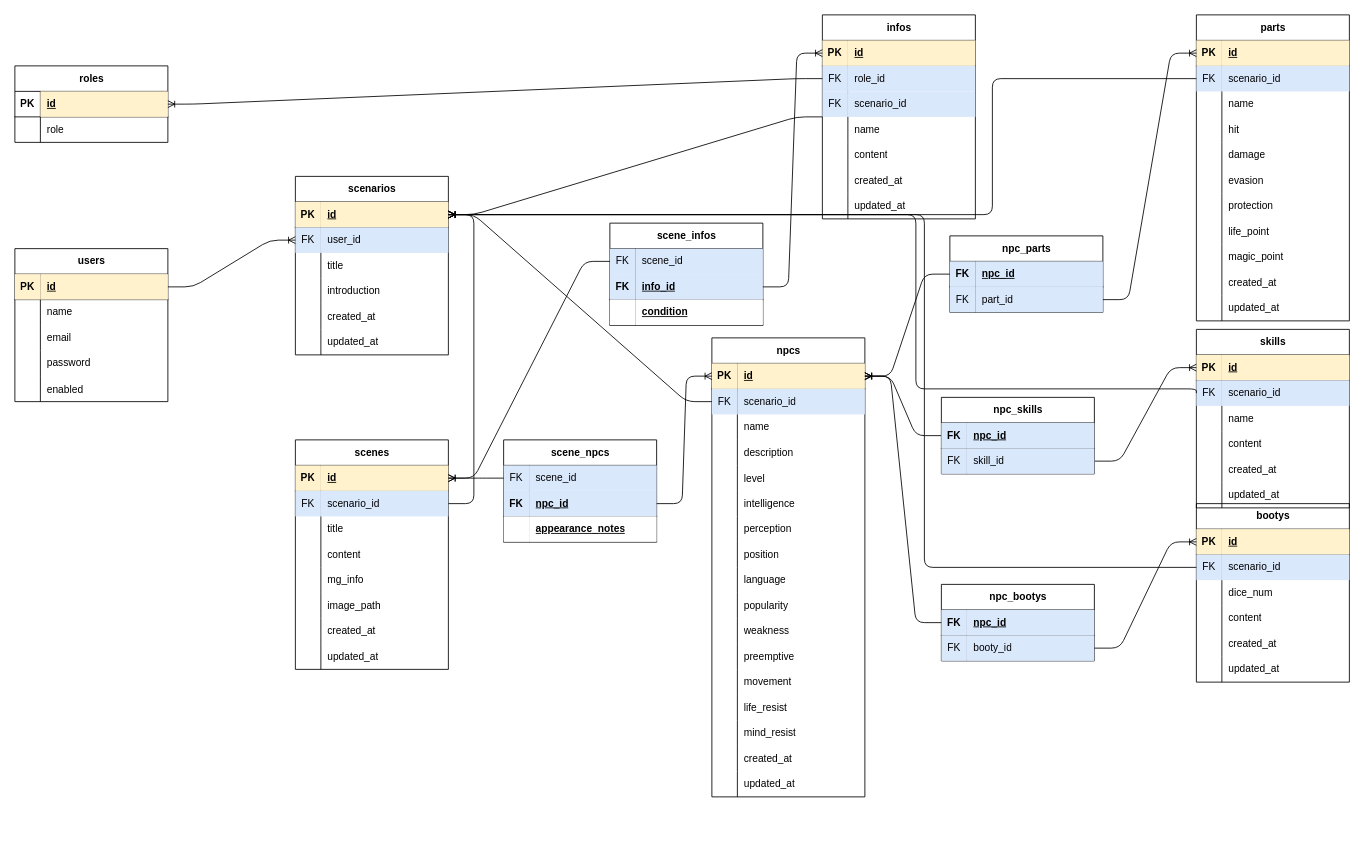
This is page "ページ1" (1 of 2) of ER.drawio from nyandoragora/trpg-writer, a draw.io file, before an edit. Source tidied: cells renumbered, new cells numbered last; positions are measured from the earlier drawing's top-left corner, leaving out a move shared by most shapes. Both pictures are drawn from the tidied source at 85%, with x=0, y=0 at pixel (14, 14).
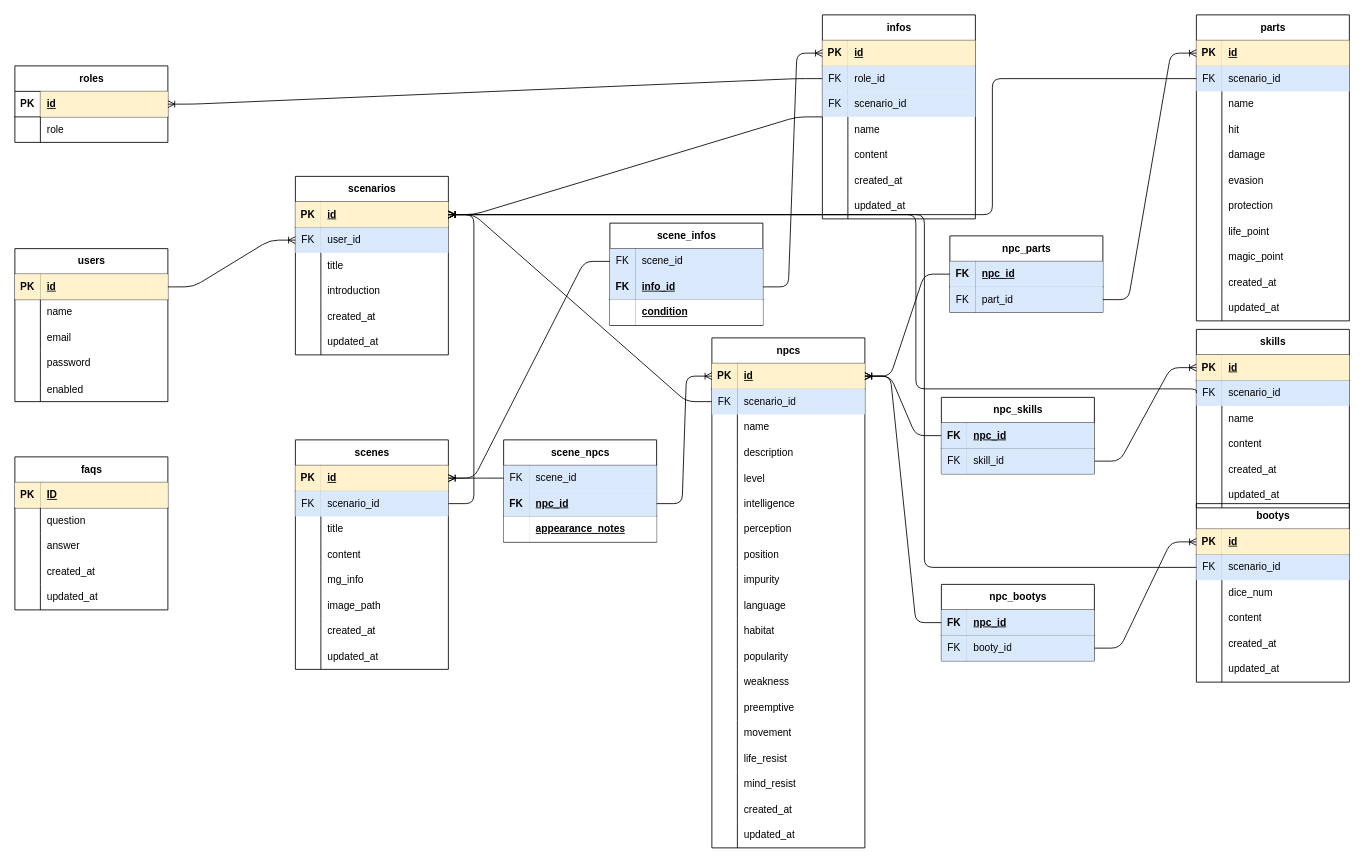
Above is the later version.

The edit, as a diff of the source:
```diff
@@
     <mxCell id="92" value="npcs" style="shape=table;startSize=30;childLayout=tableLayout;rowLines=0;fontStyle=1;align=center;html=1;" parent="1" vertex="1">
-      <mxGeometry x="820" y="380" width="180" height="540" as="geometry" />
+      <mxGeometry x="820" y="380" width="180" height="600" as="geometry" />
     </mxCell>
@@
+    <mxCell id="274" style="shape=tableRow;horizontal=0;startSize=0;swimlaneHead=0;swimlaneBody=0;fillColor=none;top=0;left=0;right=0;bottom=0;" parent="92" vertex="1">
+      <mxGeometry y="270" width="180" height="30" as="geometry" />
+    </mxCell>
+    <mxCell id="275" style="shape=partialRectangle;fillColor=none;top=0;left=0;bottom=0;right=0;overflow=hidden;whiteSpace=wrap;html=1;" parent="274" vertex="1">
+      <mxGeometry width="30" height="30" as="geometry" />
+    </mxCell>
+    <mxCell id="276" value="impurity" style="shape=partialRectangle;fillColor=none;top=0;left=0;bottom=0;right=0;align=left;spacingLeft=6;overflow=hidden;whiteSpace=wrap;html=1;" parent="274" vertex="1">
+      <mxGeometry x="30" width="150" height="30" as="geometry" />
+    </mxCell>
     <mxCell id="117" style="shape=tableRow;horizontal=0;startSize=0;swimlaneHead=0;swimlaneBody=0;fillColor=none;top=0;left=0;right=0;bottom=0;" parent="92" vertex="1">
-      <mxGeometry y="270" width="180" height="30" as="geometry" />
+      <mxGeometry y="300" width="180" height="30" as="geometry" />
     </mxCell>
@@
+    <mxCell id="277" style="shape=tableRow;horizontal=0;startSize=0;swimlaneHead=0;swimlaneBody=0;fillColor=none;top=0;left=0;right=0;bottom=0;" parent="92" vertex="1">
+      <mxGeometry y="330" width="180" height="30" as="geometry" />
+    </mxCell>
+    <mxCell id="278" style="shape=partialRectangle;fillColor=none;top=0;left=0;bottom=0;right=0;overflow=hidden;whiteSpace=wrap;html=1;" parent="277" vertex="1">
+      <mxGeometry width="30" height="30" as="geometry" />
+    </mxCell>
+    <mxCell id="279" value="habitat" style="shape=partialRectangle;fillColor=none;top=0;left=0;bottom=0;right=0;align=left;spacingLeft=6;overflow=hidden;whiteSpace=wrap;html=1;" parent="277" vertex="1">
+      <mxGeometry x="30" width="150" height="30" as="geometry" />
+    </mxCell>
     <mxCell id="120" style="shape=tableRow;horizontal=0;startSize=0;swimlaneHead=0;swimlaneBody=0;fillColor=none;top=0;left=0;right=0;bottom=0;" parent="92" vertex="1">
-      <mxGeometry y="300" width="180" height="30" as="geometry" />
+      <mxGeometry y="360" width="180" height="30" as="geometry" />
     </mxCell>
@@
     <mxCell id="123" style="shape=tableRow;horizontal=0;startSize=0;swimlaneHead=0;swimlaneBody=0;fillColor=none;top=0;left=0;right=0;bottom=0;" parent="92" vertex="1">
-      <mxGeometry y="330" width="180" height="30" as="geometry" />
+      <mxGeometry y="390" width="180" height="30" as="geometry" />
     </mxCell>
@@
     <mxCell id="126" style="shape=tableRow;horizontal=0;startSize=0;swimlaneHead=0;swimlaneBody=0;fillColor=none;top=0;left=0;right=0;bottom=0;" parent="92" vertex="1">
-      <mxGeometry y="360" width="180" height="30" as="geometry" />
+      <mxGeometry y="420" width="180" height="30" as="geometry" />
     </mxCell>
@@
     <mxCell id="129" style="shape=tableRow;horizontal=0;startSize=0;swimlaneHead=0;swimlaneBody=0;fillColor=none;top=0;left=0;right=0;bottom=0;" parent="92" vertex="1">
-      <mxGeometry y="390" width="180" height="30" as="geometry" />
+      <mxGeometry y="450" width="180" height="30" as="geometry" />
     </mxCell>
@@
     <mxCell id="132" style="shape=tableRow;horizontal=0;startSize=0;swimlaneHead=0;swimlaneBody=0;fillColor=none;top=0;left=0;right=0;bottom=0;" parent="92" vertex="1">
-      <mxGeometry y="420" width="180" height="30" as="geometry" />
+      <mxGeometry y="480" width="180" height="30" as="geometry" />
     </mxCell>
@@
     <mxCell id="135" style="shape=tableRow;horizontal=0;startSize=0;swimlaneHead=0;swimlaneBody=0;fillColor=none;top=0;left=0;right=0;bottom=0;" parent="92" vertex="1">
-      <mxGeometry y="450" width="180" height="30" as="geometry" />
+      <mxGeometry y="510" width="180" height="30" as="geometry" />
     </mxCell>
@@
     <mxCell id="138" style="shape=tableRow;horizontal=0;startSize=0;swimlaneHead=0;swimlaneBody=0;fillColor=none;top=0;left=0;right=0;bottom=0;" parent="92" vertex="1">
-      <mxGeometry y="480" width="180" height="30" as="geometry" />
+      <mxGeometry y="540" width="180" height="30" as="geometry" />
     </mxCell>
@@
     <mxCell id="141" style="shape=tableRow;horizontal=0;startSize=0;swimlaneHead=0;swimlaneBody=0;fillColor=none;top=0;left=0;right=0;bottom=0;" parent="92" vertex="1">
-      <mxGeometry y="510" width="180" height="30" as="geometry" />
+      <mxGeometry y="570" width="180" height="30" as="geometry" />
     </mxCell>
@@
+    <mxCell id="280" value="faqs" style="shape=table;startSize=30;childLayout=tableLayout;rowLines=0;fontStyle=1;align=center;html=1;" parent="1" vertex="1">
+      <mxGeometry y="520" width="180" height="180" as="geometry" />
+    </mxCell>
+    <mxCell id="281" style="shape=tableRow;horizontal=0;startSize=0;swimlaneHead=0;swimlaneBody=0;fillColor=none;top=0;left=0;right=0;bottom=1;" parent="280" vertex="1">
+      <mxGeometry y="30" width="180" height="30" as="geometry" />
+    </mxCell>
+    <mxCell id="282" value="PK" style="shape=partialRectangle;fillColor=#fff2cc;top=0;left=0;bottom=0;right=0;fontStyle=1;overflow=hidden;whiteSpace=wrap;html=1;strokeColor=#d6b656;" parent="281" vertex="1">
+      <mxGeometry width="30" height="30" as="geometry" />
+    </mxCell>
+    <mxCell id="283" value="ID" style="shape=partialRectangle;fillColor=#fff2cc;top=0;left=0;bottom=0;right=0;align=left;spacingLeft=6;fontStyle=5;overflow=hidden;whiteSpace=wrap;html=1;strokeColor=#d6b656;" parent="281" vertex="1">
+      <mxGeometry x="30" width="150" height="30" as="geometry" />
+    </mxCell>
+    <mxCell id="284" style="shape=tableRow;horizontal=0;startSize=0;swimlaneHead=0;swimlaneBody=0;fillColor=none;top=0;left=0;right=0;bottom=0;" parent="280" vertex="1">
+      <mxGeometry y="60" width="180" height="30" as="geometry" />
+    </mxCell>
+    <mxCell id="285" style="shape=partialRectangle;fillColor=none;top=0;left=0;bottom=0;right=0;overflow=hidden;whiteSpace=wrap;html=1;" parent="284" vertex="1">
+      <mxGeometry width="30" height="30" as="geometry" />
+    </mxCell>
+    <mxCell id="286" value="question" style="shape=partialRectangle;fillColor=none;top=0;left=0;bottom=0;right=0;align=left;spacingLeft=6;overflow=hidden;whiteSpace=wrap;html=1;" parent="284" vertex="1">
+      <mxGeometry x="30" width="150" height="30" as="geometry" />
+    </mxCell>
+    <mxCell id="287" style="shape=tableRow;horizontal=0;startSize=0;swimlaneHead=0;swimlaneBody=0;fillColor=none;top=0;left=0;right=0;bottom=0;" parent="280" vertex="1">
+      <mxGeometry y="90" width="180" height="30" as="geometry" />
+    </mxCell>
+    <mxCell id="288" style="shape=partialRectangle;fillColor=none;top=0;left=0;bottom=0;right=0;overflow=hidden;whiteSpace=wrap;html=1;" parent="287" vertex="1">
+      <mxGeometry width="30" height="30" as="geometry" />
+    </mxCell>
+    <mxCell id="289" value="answer" style="shape=partialRectangle;fillColor=none;top=0;left=0;bottom=0;right=0;align=left;spacingLeft=6;overflow=hidden;whiteSpace=wrap;html=1;" parent="287" vertex="1">
+      <mxGeometry x="30" width="150" height="30" as="geometry" />
+    </mxCell>
+    <mxCell id="290" style="shape=tableRow;horizontal=0;startSize=0;swimlaneHead=0;swimlaneBody=0;fillColor=none;top=0;left=0;right=0;bottom=0;" parent="280" vertex="1">
+      <mxGeometry y="120" width="180" height="30" as="geometry" />
+    </mxCell>
+    <mxCell id="291" style="shape=partialRectangle;fillColor=none;top=0;left=0;bottom=0;right=0;overflow=hidden;whiteSpace=wrap;html=1;" parent="290" vertex="1">
+      <mxGeometry width="30" height="30" as="geometry" />
+    </mxCell>
+    <mxCell id="292" value="&lt;span style=&quot;color: rgb(0, 0, 0);&quot;&gt;created_at&lt;/span&gt;" style="shape=partialRectangle;fillColor=none;top=0;left=0;bottom=0;right=0;align=left;spacingLeft=6;overflow=hidden;whiteSpace=wrap;html=1;" parent="290" vertex="1">
+      <mxGeometry x="30" width="150" height="30" as="geometry" />
+    </mxCell>
+    <mxCell id="293" style="shape=tableRow;horizontal=0;startSize=0;swimlaneHead=0;swimlaneBody=0;fillColor=none;top=0;left=0;right=0;bottom=0;" parent="280" vertex="1">
+      <mxGeometry y="150" width="180" height="30" as="geometry" />
+    </mxCell>
+    <mxCell id="294" style="shape=partialRectangle;fillColor=none;top=0;left=0;bottom=0;right=0;overflow=hidden;whiteSpace=wrap;html=1;" parent="293" vertex="1">
+      <mxGeometry width="30" height="30" as="geometry" />
+    </mxCell>
+    <mxCell id="295" value="&lt;span style=&quot;color: rgb(0, 0, 0);&quot;&gt;updated_at&lt;/span&gt;" style="shape=partialRectangle;fillColor=none;top=0;left=0;bottom=0;right=0;align=left;spacingLeft=6;overflow=hidden;whiteSpace=wrap;html=1;" parent="293" vertex="1">
+      <mxGeometry x="30" width="150" height="30" as="geometry" />
+    </mxCell>
```
